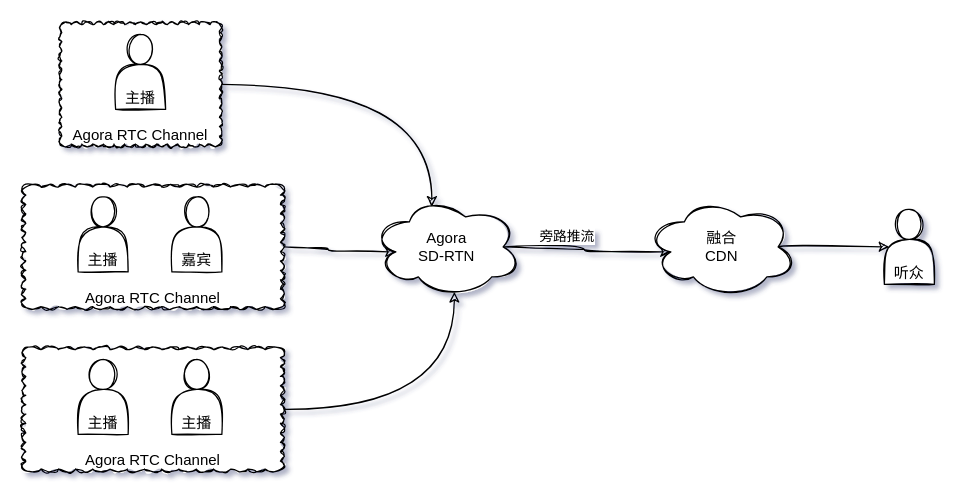
This is page "第 3 页" (3 of 3) of drawio/agora.drawio from zhixinpeng/storage, a draw.io file, before an edit. Source tidied: cells renumbered, new cells numbered last; positions are measured from the earlier drawing's top-left corner, leaving out a move shared by most shapes. Both pictures are drawn from the tidied source at 125%, with x=0, y=0 at pixel (21, 21).
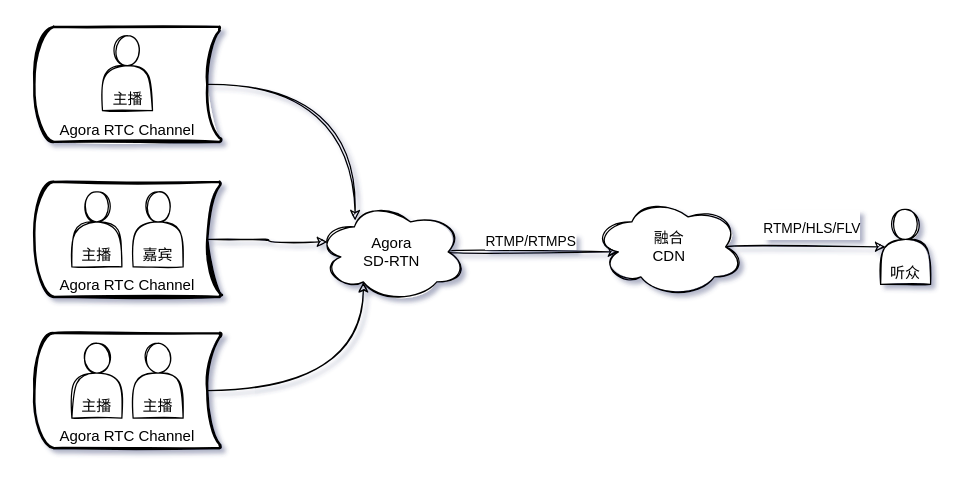
The same diagram, later.

The edit, as a diff of the source:
```diff
@@
-    <mxCell id="2" style="edgeStyle=orthogonalEdgeStyle;rounded=1;jettySize=auto;html=1;exitX=0.875;exitY=0.5;exitDx=0;exitDy=0;exitPerimeter=0;entryX=0.16;entryY=0.55;entryDx=0;entryDy=0;entryPerimeter=0;curved=1;sketch=1;" parent="1" edge="1" source="4" target="6">
+    <mxCell id="2" style="edgeStyle=orthogonalEdgeStyle;rounded=1;jettySize=auto;html=1;exitX=0.875;exitY=0.5;exitDx=0;exitDy=0;exitPerimeter=0;entryX=0.16;entryY=0.55;entryDx=0;entryDy=0;entryPerimeter=0;sketch=1;curved=1;" parent="1" edge="1" source="4" target="6">
       <mxGeometry relative="1" as="geometry" />
     </mxCell>
-    <mxCell id="3" value="旁路推流" style="edgeLabel;html=1;align=center;verticalAlign=bottom;rounded=1;sketch=1;" parent="2" vertex="1">
-      <mxGeometry x="-0.27" relative="1" as="geometry" />
+    <mxCell id="3" value="RTMP/RTMPS" style="edgeLabel;html=1;align=center;verticalAlign=bottom;rounded=1;sketch=1;" parent="2" vertex="1">
+      <mxGeometry x="-0.27" relative="1" as="geometry">
+        <mxPoint x="15" as="offset" />
+      </mxGeometry>
     </mxCell>
     <mxCell id="4" value="Agora&lt;br /&gt;&lt;div&gt;&lt;/div&gt;&lt;div style&gt;SD-RTN&lt;/div&gt;" style="ellipse;shape=cloud;whiteSpace=wrap;html=1;rounded=1;sketch=1;" parent="1" vertex="1">
-      <mxGeometry x="280" y="140" width="120" height="80" as="geometry" />
+      <mxGeometry x="236" y="144" width="120" height="80" as="geometry" />
     </mxCell>
-    <mxCell id="5" style="edgeStyle=orthogonalEdgeStyle;rounded=1;jettySize=auto;html=1;exitX=0.875;exitY=0.5;exitDx=0;exitDy=0;exitPerimeter=0;entryX=0.1;entryY=0.5;entryDx=0;entryDy=0;entryPerimeter=0;curved=1;sketch=1;" parent="1" edge="1" source="6" target="7">
+    <mxCell id="5" style="edgeStyle=orthogonalEdgeStyle;rounded=1;jettySize=auto;html=1;exitX=0.875;exitY=0.5;exitDx=0;exitDy=0;exitPerimeter=0;entryX=0.1;entryY=0.5;entryDx=0;entryDy=0;entryPerimeter=0;sketch=1;curved=1;" parent="1" edge="1" source="6" target="7">
       <mxGeometry relative="1" as="geometry" />
     </mxCell>
+    <mxCell id="22" value="&lt;span style=&quot;font-family: Helvetica; font-size: 11px;&quot;&gt;RTMP/HLS/FLV&lt;/span&gt;" style="edgeLabel;html=1;align=center;verticalAlign=bottom;fontSize=20;fontFamily=Architects Daughter;rounded=1;sketch=1;" parent="5" vertex="1">
+      <mxGeometry x="-0.14" y="1" relative="1" as="geometry">
+        <mxPoint x="13" y="-3" as="offset" />
+      </mxGeometry>
+    </mxCell>
     <mxCell id="6" value="融合&lt;br&gt;CDN" style="ellipse;shape=cloud;whiteSpace=wrap;html=1;rounded=1;sketch=1;" parent="1" vertex="1">
-      <mxGeometry x="500" y="140" width="120" height="80" as="geometry" />
+      <mxGeometry x="458" y="140" width="120" height="80" as="geometry" />
     </mxCell>
     <mxCell id="7" value="&lt;br&gt;听众" style="shape=actor;whiteSpace=wrap;html=1;verticalAlign=bottom;rounded=1;sketch=1;" parent="1" vertex="1">
-      <mxGeometry x="690" y="150" width="40" height="60" as="geometry" />
+      <mxGeometry x="687" y="150" width="40" height="60" as="geometry" />
     </mxCell>
-    <mxCell id="8" style="group;rounded=1;glass=0;shadow=0;sketch=1;" parent="1" vertex="1">
-      <mxGeometry x="30" width="130" height="100" as="geometry" />
-    </mxCell>
-    <mxCell id="9" value="Agora RTC Channel" style="whiteSpace=wrap;html=1;shape=mxgraph.basic.cloud_rect;verticalAlign=bottom;rounded=1;sketch=1;" parent="8" vertex="1">
-      <mxGeometry width="130" height="100" as="geometry" />
-    </mxCell>
-    <mxCell id="10" value="&lt;br&gt;主播" style="shape=actor;whiteSpace=wrap;html=1;verticalAlign=bottom;rounded=1;sketch=1;" parent="8" vertex="1">
-      <mxGeometry x="45" y="10" width="40" height="60" as="geometry" />
-    </mxCell>
-    <mxCell id="11" style="group;rounded=1;sketch=1;" parent="1" vertex="1">
-      <mxGeometry y="130" width="210" height="100" as="geometry" />
-    </mxCell>
-    <mxCell id="12" value="Agora RTC Channel" style="whiteSpace=wrap;html=1;shape=mxgraph.basic.cloud_rect;verticalAlign=bottom;rounded=1;sketch=1;" parent="11" vertex="1">
-      <mxGeometry width="210" height="100" as="geometry" />
-    </mxCell>
+    <mxCell id="23" style="group;sketch=1;rounded=1;" parent="1" vertex="1">
+      <mxGeometry x="10" y="128" width="149" height="92" as="geometry" />
+    </mxCell>
+    <mxCell id="24" value="Agora RTC Channel" style="strokeWidth=2;html=1;shape=mxgraph.flowchart.stored_data;whiteSpace=wrap;verticalAlign=bottom;sketch=1;rounded=1;" parent="23" vertex="1">
+      <mxGeometry width="149" height="92" as="geometry" />
+    </mxCell>
-    <mxCell id="13" value="&lt;br&gt;主播" style="shape=actor;whiteSpace=wrap;html=1;verticalAlign=bottom;rounded=1;sketch=1;" parent="11" vertex="1">
-      <mxGeometry x="45" y="10" width="40" height="60" as="geometry" />
+    <mxCell id="13" value="主播" style="shape=actor;whiteSpace=wrap;html=1;verticalAlign=bottom;rounded=1;sketch=1;" parent="23" vertex="1">
+      <mxGeometry x="30" y="8" width="40" height="60" as="geometry" />
     </mxCell>
-    <mxCell id="14" value="&lt;br&gt;嘉宾" style="shape=actor;whiteSpace=wrap;html=1;verticalAlign=bottom;rounded=1;sketch=1;" parent="11" vertex="1">
-      <mxGeometry x="120" y="10" width="40" height="60" as="geometry" />
+    <mxCell id="14" value="嘉宾" style="shape=actor;whiteSpace=wrap;html=1;verticalAlign=bottom;rounded=1;sketch=1;" parent="23" vertex="1">
+      <mxGeometry x="79" y="8" width="40" height="60" as="geometry" />
     </mxCell>
-    <mxCell id="15" style="group;rounded=1;sketch=1;" parent="1" vertex="1">
-      <mxGeometry y="260" width="210" height="100" as="geometry" />
-    </mxCell>
-    <mxCell id="16" value="Agora RTC Channel" style="whiteSpace=wrap;html=1;shape=mxgraph.basic.cloud_rect;verticalAlign=bottom;rounded=1;sketch=1;" parent="15" vertex="1">
-      <mxGeometry width="210" height="100" as="geometry" />
-    </mxCell>
-    <mxCell id="17" value="&lt;br&gt;主播" style="shape=actor;whiteSpace=wrap;html=1;verticalAlign=bottom;rounded=1;sketch=1;" parent="15" vertex="1">
-      <mxGeometry x="45" y="10" width="40" height="60" as="geometry" />
-    </mxCell>
-    <mxCell id="18" value="主播" style="shape=actor;whiteSpace=wrap;html=1;verticalAlign=bottom;rounded=1;sketch=1;" parent="15" vertex="1">
-      <mxGeometry x="120" y="10" width="40" height="60" as="geometry" />
-    </mxCell>
-    <mxCell id="19" style="edgeStyle=orthogonalEdgeStyle;rounded=1;jettySize=auto;html=1;entryX=0.4;entryY=0.1;entryDx=0;entryDy=0;entryPerimeter=0;curved=1;sketch=1;" parent="1" edge="1" source="9" target="4">
-      <mxGeometry relative="1" as="geometry" />
-    </mxCell>
-    <mxCell id="20" style="edgeStyle=orthogonalEdgeStyle;rounded=1;jettySize=auto;html=1;entryX=0.16;entryY=0.55;entryDx=0;entryDy=0;entryPerimeter=0;curved=1;sketch=1;" parent="1" edge="1" source="12" target="4">
-      <mxGeometry relative="1" as="geometry" />
-    </mxCell>
-    <mxCell id="21" style="edgeStyle=orthogonalEdgeStyle;rounded=1;jettySize=auto;html=1;entryX=0.55;entryY=0.95;entryDx=0;entryDy=0;entryPerimeter=0;curved=1;sketch=1;" parent="1" edge="1" source="16" target="4">
-      <mxGeometry relative="1" as="geometry" />
-    </mxCell>
+    <mxCell id="25" style="group;sketch=1;rounded=1;" parent="1" vertex="1">
+      <mxGeometry x="10" y="4" width="149" height="92" as="geometry" />
+    </mxCell>
+    <mxCell id="26" value="Agora RTC Channel" style="strokeWidth=2;html=1;shape=mxgraph.flowchart.stored_data;whiteSpace=wrap;verticalAlign=bottom;sketch=1;rounded=1;" parent="25" vertex="1">
+      <mxGeometry width="149" height="92" as="geometry" />
+    </mxCell>
+    <mxCell id="10" value="主播" style="shape=actor;whiteSpace=wrap;html=1;verticalAlign=bottom;rounded=1;sketch=1;" parent="25" vertex="1">
+      <mxGeometry x="54.5" y="7" width="40" height="60" as="geometry" />
+    </mxCell>
+    <mxCell id="27" style="group;sketch=1;rounded=1;" parent="1" vertex="1">
+      <mxGeometry x="10" y="249" width="149" height="92" as="geometry" />
+    </mxCell>
+    <mxCell id="28" value="Agora RTC Channel" style="strokeWidth=2;html=1;shape=mxgraph.flowchart.stored_data;whiteSpace=wrap;verticalAlign=bottom;sketch=1;rounded=1;" parent="27" vertex="1">
+      <mxGeometry width="149" height="92" as="geometry" />
+    </mxCell>
+    <mxCell id="29" value="主播" style="shape=actor;whiteSpace=wrap;html=1;verticalAlign=bottom;rounded=1;sketch=1;" parent="27" vertex="1">
+      <mxGeometry x="30" y="8" width="40" height="60" as="geometry" />
+    </mxCell>
+    <mxCell id="30" value="主播" style="shape=actor;whiteSpace=wrap;html=1;verticalAlign=bottom;rounded=1;sketch=1;" parent="27" vertex="1">
+      <mxGeometry x="79" y="8" width="40" height="60" as="geometry" />
+    </mxCell>
+    <mxCell id="31" style="edgeStyle=orthogonalEdgeStyle;rounded=1;jettySize=auto;html=1;exitX=0.93;exitY=0.5;exitDx=0;exitDy=0;exitPerimeter=0;entryX=0.255;entryY=0.188;entryDx=0;entryDy=0;entryPerimeter=0;sketch=1;curved=1;" parent="1" edge="1" source="26" target="4">
+      <mxGeometry relative="1" as="geometry" />
+    </mxCell>
+    <mxCell id="32" style="edgeStyle=orthogonalEdgeStyle;rounded=1;jettySize=auto;html=1;exitX=0.93;exitY=0.5;exitDx=0;exitDy=0;exitPerimeter=0;entryX=0.07;entryY=0.4;entryDx=0;entryDy=0;entryPerimeter=0;sketch=1;curved=1;" parent="1" edge="1" source="24" target="4">
+      <mxGeometry relative="1" as="geometry" />
+    </mxCell>
+    <mxCell id="33" style="edgeStyle=orthogonalEdgeStyle;rounded=1;jettySize=auto;html=1;exitX=0.93;exitY=0.5;exitDx=0;exitDy=0;exitPerimeter=0;entryX=0.31;entryY=0.8;entryDx=0;entryDy=0;entryPerimeter=0;sketch=1;curved=1;" parent="1" edge="1" source="28" target="4">
+      <mxGeometry relative="1" as="geometry" />
+    </mxCell>
```
